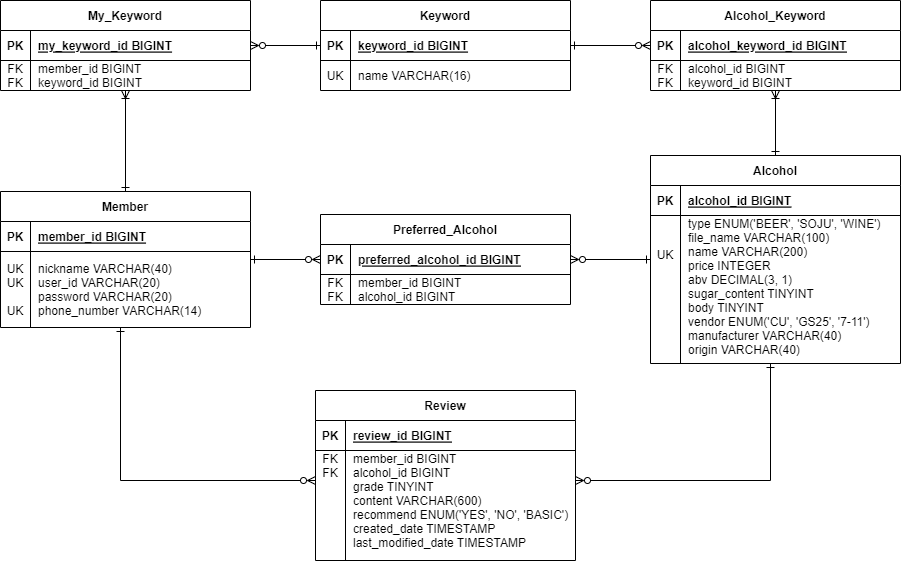
great-sprout/PyeonSool keeps this draw.io diagram as pyeonsool-table.png. Above is the earlier version. Source tidied: cells renumbered, new cells last; positions are measured from the earlier drawing's top-left corner, leaving out a move shared by most shapes.
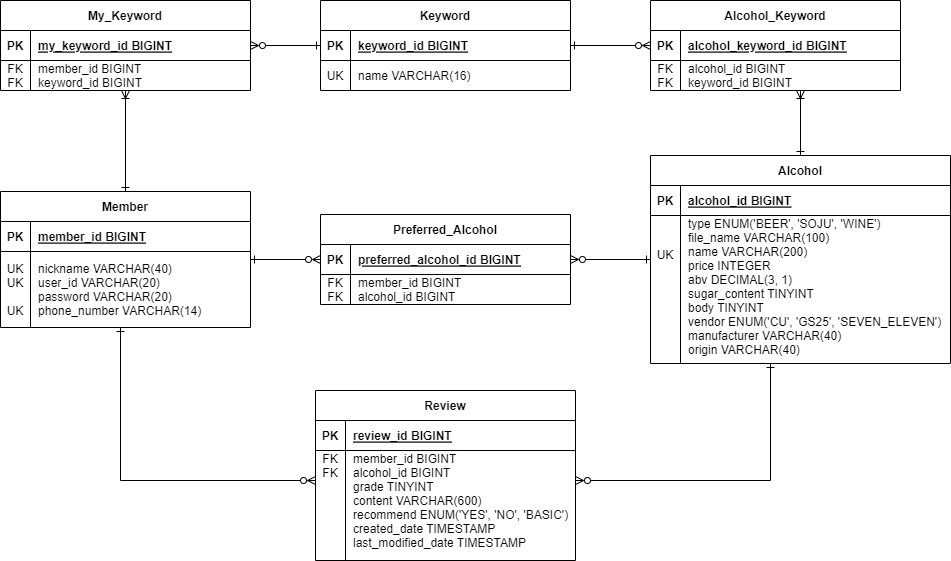
The same diagram one commit later.

Commit message:
docs: vendor필드 세븐일레븐 이름 변경

The edit, as a diff of the source:
```diff
@@ -10,25 +10,25 @@
       </mxGeometry>
     </mxCell>
     <mxCell id="3" value="Alcohol" style="shape=table;startSize=30;rowLines=0;fontStyle=1;align=center;" parent="1" vertex="1">
-      <mxGeometry x="650" y="155" width="250" height="208" as="geometry" />
+      <mxGeometry x="650" y="155" width="300" height="208" as="geometry" />
     </mxCell>
     <mxCell id="4" style="shape=partialRectangle;fillColor=none;top=0;left=0;right=0;bottom=1;" parent="3" vertex="1">
-      <mxGeometry y="30" width="250" height="30" as="geometry" />
+      <mxGeometry y="30" width="300" height="30" as="geometry" />
     </mxCell>
     <mxCell id="5" value="PK" style="shape=partialRectangle;overflow=hidden;fillColor=none;top=0;left=0;bottom=0;right=0;fontStyle=1;" parent="4" vertex="1">
       <mxGeometry width="30" height="30" as="geometry" />
     </mxCell>
     <mxCell id="6" value="alcohol_id BIGINT" style="shape=partialRectangle;overflow=hidden;fillColor=none;top=0;left=0;bottom=0;right=0;align=left;spacingLeft=6;fontStyle=5;" parent="4" vertex="1">
-      <mxGeometry x="30" width="220" height="30" as="geometry" />
+      <mxGeometry x="30" width="270" height="30" as="geometry" />
     </mxCell>
     <mxCell id="7" style="shape=partialRectangle;fillColor=none;top=0;left=0;right=0;bottom=0;" parent="3" vertex="1">
-      <mxGeometry y="60" width="250" height="148" as="geometry" />
+      <mxGeometry y="60" width="300" height="148" as="geometry" />
     </mxCell>
     <mxCell id="8" value="&#10;&#10;UK&#10;&#10;&#10;&#10;&#10;&#10;&#10;" style="shape=partialRectangle;overflow=hidden;fillColor=none;top=0;left=0;bottom=0;right=0;" parent="7" vertex="1">
       <mxGeometry width="30" height="148" as="geometry" />
     </mxCell>
-    <mxCell id="9" value="type ENUM('BEER', 'SOJU', 'WINE')&#10;file_name VARCHAR(100)&#10;name VARCHAR(200)&#10;price INTEGER&#10;abv DECIMAL(3, 1)&#10;sugar_content TINYINT &#10;body TINYINT&#10;vendor ENUM('CU', 'GS25', '7-11')&#10;manufacturer VARCHAR(40)&#10;origin VARCHAR(40)&#10; " style="shape=partialRectangle;overflow=hidden;fillColor=none;top=0;left=0;bottom=0;right=0;align=left;spacingLeft=6;" parent="7" vertex="1">
-      <mxGeometry x="30" width="220" height="148" as="geometry" />
+    <mxCell id="9" value="type ENUM('BEER', 'SOJU', 'WINE')&#10;file_name VARCHAR(100)&#10;name VARCHAR(200)&#10;price INTEGER&#10;abv DECIMAL(3, 1)&#10;sugar_content TINYINT &#10;body TINYINT&#10;vendor ENUM('CU', 'GS25', 'SEVEN_ELEVEN')&#10;manufacturer VARCHAR(40)&#10;origin VARCHAR(40)&#10; " style="shape=partialRectangle;overflow=hidden;fillColor=none;top=0;left=0;bottom=0;right=0;align=left;spacingLeft=6;" parent="7" vertex="1">
+      <mxGeometry x="30" width="270" height="148" as="geometry" />
     </mxCell>
     <mxCell id="10" style="edgeStyle=orthogonalEdgeStyle;rounded=0;jettySize=auto;html=1;startArrow=ERzeroToMany;startFill=0;endArrow=ERone;endFill=0;" parent="1" edge="1" source="11" target="3">
       <mxGeometry relative="1" as="geometry">
```
